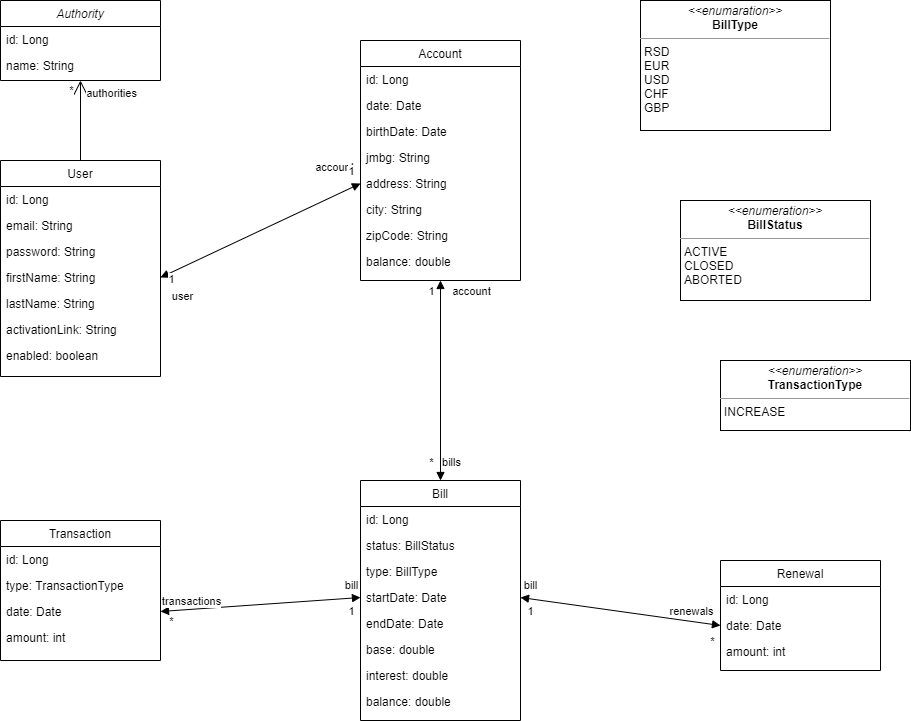
Above: class.png in draganagrbic998/sbnz (draw.io), before the change. Source tidied: cells renumbered, new cells last; positions are measured from the earlier drawing's top-left corner, leaving out a move shared by most shapes.
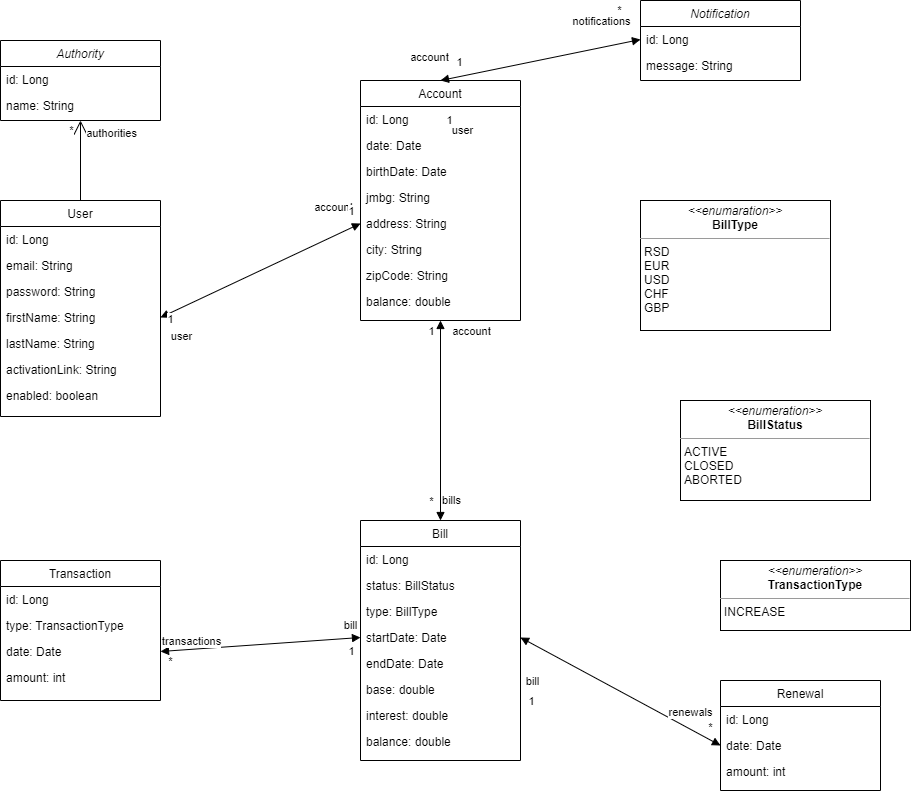
Above is the later version.

Commit message:
додала нитификације у клас дијаграм

Change to the diagram source:
```diff
@@ -144,7 +144,7 @@
       </mxGeometry>
     </mxCell>
     <mxCell id="43" value="Renewal" style="swimlane;fontStyle=0;align=center;verticalAlign=top;horizontal=1;startSize=26;rounded=0;shadow=0;strokeWidth=1;" parent="1" vertex="1">
-      <mxGeometry x="720" y="560" width="160" height="110" as="geometry" />
+      <mxGeometry x="720" y="640" width="160" height="110" as="geometry" />
     </mxCell>
     <mxCell id="44" value="id: Long" style="text;align=left;verticalAlign=top;spacingLeft=4;spacingRight=4;overflow=hidden;" parent="43" vertex="1">
       <mxGeometry y="26" width="160" height="26" as="geometry" />
@@ -217,16 +217,58 @@
       </mxGeometry>
     </mxCell>
     <mxCell id="62" value="&lt;p style=&quot;margin: 0px ; margin-top: 4px ; text-align: center&quot;&gt;&lt;i&gt;&amp;lt;&amp;lt;enumeration&amp;gt;&amp;gt;&lt;/i&gt;&lt;br&gt;&lt;b&gt;BillStatus&lt;/b&gt;&lt;/p&gt;&lt;hr size=&quot;1&quot;&gt;&lt;p style=&quot;margin: 0px ; margin-left: 4px&quot;&gt;ACTIVE&lt;/p&gt;&lt;p style=&quot;margin: 0px ; margin-left: 4px&quot;&gt;CLOSED&lt;/p&gt;&lt;p style=&quot;margin: 0px ; margin-left: 4px&quot;&gt;ABORTED&lt;/p&gt;" style="verticalAlign=top;align=left;overflow=fill;fontSize=12;fontFamily=Helvetica;html=1;" parent="1" vertex="1">
-      <mxGeometry x="680" y="200" width="190" height="100" as="geometry" />
+      <mxGeometry x="680" y="360" width="190" height="100" as="geometry" />
     </mxCell>
     <mxCell id="63" value="&lt;p style=&quot;margin: 0px ; margin-top: 4px ; text-align: center&quot;&gt;&lt;i&gt;&amp;lt;&amp;lt;enumaration&amp;gt;&amp;gt;&lt;/i&gt;&lt;br&gt;&lt;b&gt;BillType&lt;/b&gt;&lt;/p&gt;&lt;hr size=&quot;1&quot;&gt;&lt;p style=&quot;margin: 0px ; margin-left: 4px&quot;&gt;RSD&lt;/p&gt;&lt;p style=&quot;margin: 0px ; margin-left: 4px&quot;&gt;EUR&lt;/p&gt;&lt;p style=&quot;margin: 0px ; margin-left: 4px&quot;&gt;USD&lt;/p&gt;&lt;p style=&quot;margin: 0px ; margin-left: 4px&quot;&gt;CHF&lt;/p&gt;&lt;p style=&quot;margin: 0px ; margin-left: 4px&quot;&gt;GBP&lt;/p&gt;" style="verticalAlign=top;align=left;overflow=fill;fontSize=12;fontFamily=Helvetica;html=1;" parent="1" vertex="1">
-      <mxGeometry x="640" width="190" height="130" as="geometry" />
+      <mxGeometry x="640" y="160" width="190" height="130" as="geometry" />
     </mxCell>
     <mxCell id="64" value="&lt;p style=&quot;margin: 0px ; margin-top: 4px ; text-align: center&quot;&gt;&lt;i&gt;&amp;lt;&amp;lt;enumeration&amp;gt;&amp;gt;&lt;/i&gt;&lt;br&gt;&lt;b&gt;TransactionType&lt;/b&gt;&lt;/p&gt;&lt;hr size=&quot;1&quot;&gt;&lt;p style=&quot;margin: 0px ; margin-left: 4px&quot;&gt;&lt;span&gt;INCREASE&lt;/span&gt;&lt;br&gt;&lt;/p&gt;" style="verticalAlign=top;align=left;overflow=fill;fontSize=12;fontFamily=Helvetica;html=1;" parent="1" vertex="1">
-      <mxGeometry x="720" y="360" width="190" height="70" as="geometry" />
+      <mxGeometry x="720" y="520" width="190" height="70" as="geometry" />
     </mxCell>
     <mxCell id="65" value="1" style="edgeLabel;html=1;align=center;verticalAlign=middle;" parent="1" vertex="1">
       <mxGeometry x="350" y="170" as="geometry" />
     </mxCell>
+    <mxCell id="66" value="Notification" style="swimlane;fontStyle=2;align=center;verticalAlign=top;horizontal=1;startSize=26;rounded=0;shadow=0;strokeWidth=1;" parent="1" vertex="1">
+      <mxGeometry x="640" y="-40" width="160" height="80" as="geometry" />
+    </mxCell>
+    <mxCell id="67" value="id: Long" style="text;align=left;verticalAlign=top;spacingLeft=4;spacingRight=4;overflow=hidden;points=[[0,0.5],[1,0.5]];portConstraint=eastwest;" parent="66" vertex="1">
+      <mxGeometry y="26" width="160" height="26" as="geometry" />
+    </mxCell>
+    <mxCell id="68" value="message: String" style="text;align=left;verticalAlign=top;spacingLeft=4;spacingRight=4;overflow=hidden;rounded=0;shadow=0;html=0;" parent="66" vertex="1">
+      <mxGeometry y="52" width="160" height="26" as="geometry" />
+    </mxCell>
+    <mxCell id="69" style="endArrow=block;startArrow=block;endFill=1;startFill=1;html=1;exitX=0.5;exitY=0;exitDx=0;exitDy=0;entryX=0;entryY=0.5;entryDx=0;entryDy=0;" parent="1" edge="1" source="13" target="67">
+      <mxGeometry relative="1" as="geometry" />
+    </mxCell>
+    <mxCell id="70" value="user" style="edgeLabel;html=1;align=center;verticalAlign=middle;" parent="69" vertex="1">
+      <mxGeometry x="0.17" y="1" relative="1" as="geometry">
+        <mxPoint x="-96.5" y="74.1" as="offset" />
+      </mxGeometry>
+    </mxCell>
+    <mxCell id="71" value="notifications" style="edgeLabel;html=1;align=center;verticalAlign=middle;" parent="69" vertex="1">
+      <mxGeometry x="0.22" y="-4" relative="1" as="geometry">
+        <mxPoint x="37.4" y="-39" as="offset" />
+      </mxGeometry>
+    </mxCell>
+    <mxCell id="72" value="1" style="edgeLabel;html=1;align=center;verticalAlign=middle;" parent="69" vertex="1">
+      <mxGeometry x="0.4" y="-4" relative="1" as="geometry">
+        <mxPoint x="-132.3" y="63.7" as="offset" />
+      </mxGeometry>
+    </mxCell>
+    <mxCell id="73" value="account" style="edgeLabel;html=1;align=center;verticalAlign=middle;" parent="1" vertex="1">
+      <mxGeometry x="510" y="-20" as="geometry">
+        <mxPoint x="-82" y="36" as="offset" />
+      </mxGeometry>
+    </mxCell>
+    <mxCell id="74" value="1" style="edgeLabel;html=1;align=center;verticalAlign=middle;" parent="1" vertex="1">
+      <mxGeometry x="110" y="320" as="geometry">
+        <mxPoint x="348" y="-299" as="offset" />
+      </mxGeometry>
+    </mxCell>
+    <mxCell id="75" value="*" style="edgeLabel;html=1;align=center;verticalAlign=middle;" parent="1" vertex="1">
+      <mxGeometry x="270" y="268" as="geometry">
+        <mxPoint x="348" y="-299" as="offset" />
+      </mxGeometry>
+    </mxCell>
   </root>
 </mxGraphModel>
```
